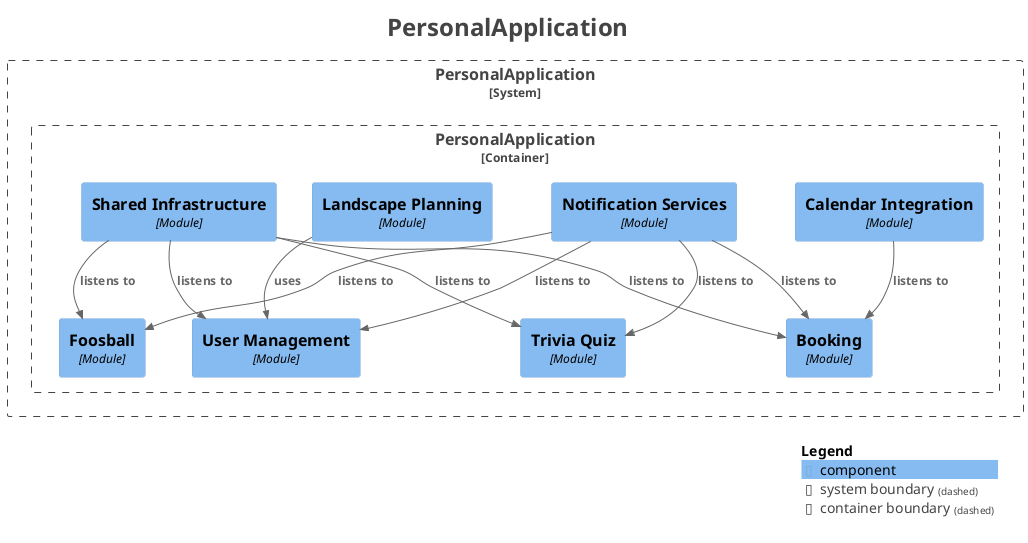
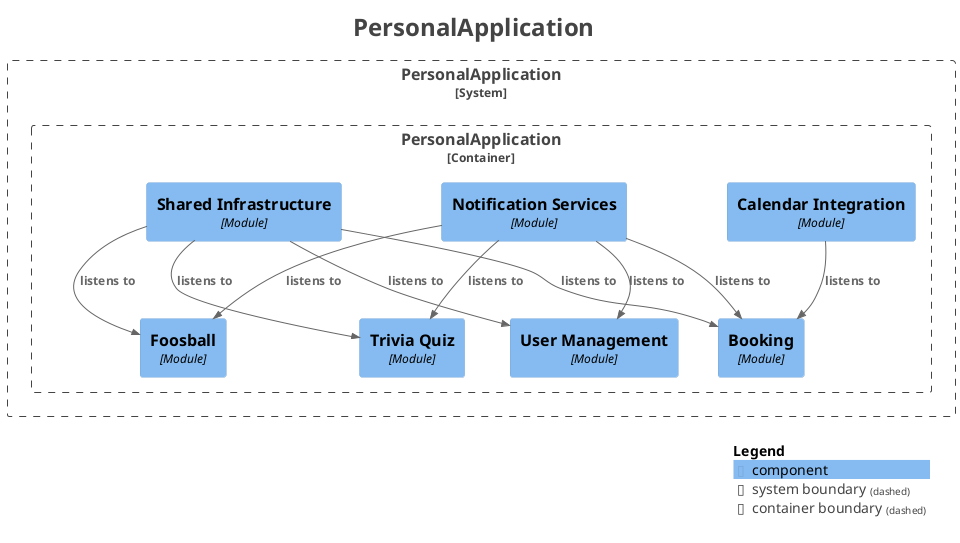
@startuml
title <size:24>PersonalApplication</size>

set separator none
top to bottom direction

<style>
  root {
    BackgroundColor: #ffffff
    FontColor: #444444
  }
</style>

!include <C4/C4>
!include <C4/C4_Context>
!include <C4/C4_Component>

System_Boundary("PersonalApplication_boundary", "PersonalApplication", $tags="") {
  Container_Boundary("PersonalApplication.PersonalApplication_boundary", "PersonalApplication", $tags="") {
+     Component(PersonalApplication.PersonalApplication.UserManagement, "User Management", $techn="Module", $descr="", $tags="", $link="")
    Component(PersonalApplication.PersonalApplication.CalendarIntegration, "Calendar Integration", $techn="Module", $descr="", $tags="", $link="")
-     Component(PersonalApplication.PersonalApplication.LandscapePlanning, "Landscape Planning", $techn="Module", $descr="", $tags="", $link="")
    Component(PersonalApplication.PersonalApplication.NotificationServices, "Notification Services", $techn="Module", $descr="", $tags="", $link="")
    Component(PersonalApplication.PersonalApplication.SharedInfrastructure, "Shared Infrastructure", $techn="Module", $descr="", $tags="", $link="")
    Component(PersonalApplication.PersonalApplication.Booking, "Booking", $techn="Module", $descr="", $tags="", $link="")
    Component(PersonalApplication.PersonalApplication.Foosball, "Foosball", $techn="Module", $descr="", $tags="", $link="")
    Component(PersonalApplication.PersonalApplication.TriviaQuiz, "Trivia Quiz", $techn="Module", $descr="", $tags="", $link="")
-     Component(PersonalApplication.PersonalApplication.UserManagement, "User Management", $techn="Module", $descr="", $tags="", $link="")
  }

}

- Rel(PersonalApplication.PersonalApplication.SharedInfrastructure, PersonalApplication.PersonalApplication.Foosball, "listens to", $techn="", $tags="", $link="")
- Rel(PersonalApplication.PersonalApplication.SharedInfrastructure, PersonalApplication.PersonalApplication.TriviaQuiz, "listens to", $techn="", $tags="", $link="")
- Rel(PersonalApplication.PersonalApplication.SharedInfrastructure, PersonalApplication.PersonalApplication.UserManagement, "listens to", $techn="", $tags="", $link="")
- Rel(PersonalApplication.PersonalApplication.SharedInfrastructure, PersonalApplication.PersonalApplication.Booking, "listens to", $techn="", $tags="", $link="")
+ Rel(PersonalApplication.PersonalApplication.CalendarIntegration, PersonalApplication.PersonalApplication.Booking, "listens to", $techn="", $tags="", $link="")
Rel(PersonalApplication.PersonalApplication.NotificationServices, PersonalApplication.PersonalApplication.UserManagement, "listens to", $techn="", $tags="", $link="")
Rel(PersonalApplication.PersonalApplication.NotificationServices, PersonalApplication.PersonalApplication.Foosball, "listens to", $techn="", $tags="", $link="")
Rel(PersonalApplication.PersonalApplication.NotificationServices, PersonalApplication.PersonalApplication.TriviaQuiz, "listens to", $techn="", $tags="", $link="")
Rel(PersonalApplication.PersonalApplication.NotificationServices, PersonalApplication.PersonalApplication.Booking, "listens to", $techn="", $tags="", $link="")
- Rel(PersonalApplication.PersonalApplication.CalendarIntegration, PersonalApplication.PersonalApplication.Booking, "listens to", $techn="", $tags="", $link="")
- Rel(PersonalApplication.PersonalApplication.LandscapePlanning, PersonalApplication.PersonalApplication.UserManagement, "uses", $techn="", $tags="", $link="")
+ Rel(PersonalApplication.PersonalApplication.SharedInfrastructure, PersonalApplication.PersonalApplication.Booking, "listens to", $techn="", $tags="", $link="")
+ Rel(PersonalApplication.PersonalApplication.SharedInfrastructure, PersonalApplication.PersonalApplication.TriviaQuiz, "listens to", $techn="", $tags="", $link="")
+ Rel(PersonalApplication.PersonalApplication.SharedInfrastructure, PersonalApplication.PersonalApplication.Foosball, "listens to", $techn="", $tags="", $link="")
+ Rel(PersonalApplication.PersonalApplication.SharedInfrastructure, PersonalApplication.PersonalApplication.UserManagement, "listens to", $techn="", $tags="", $link="")

SHOW_LEGEND(true)
hide stereotypes
@enduml